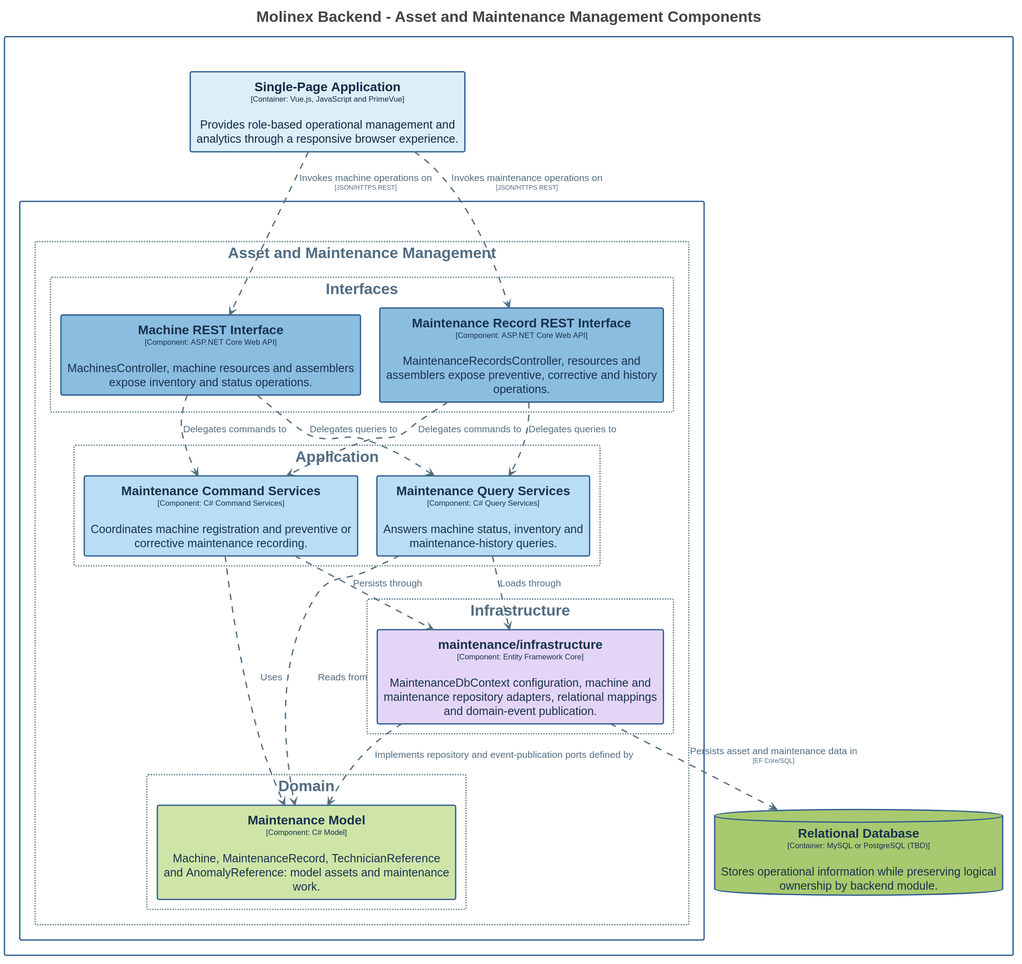
This is assets/Images Chapter 4/Domain-Driven Software Architecture/C4 Model/backend-asset-maintenance-management-component-diagram.svg from Vanguard-app-web/molinex-report-apweb, a PlantUML export, as it was before one commit.
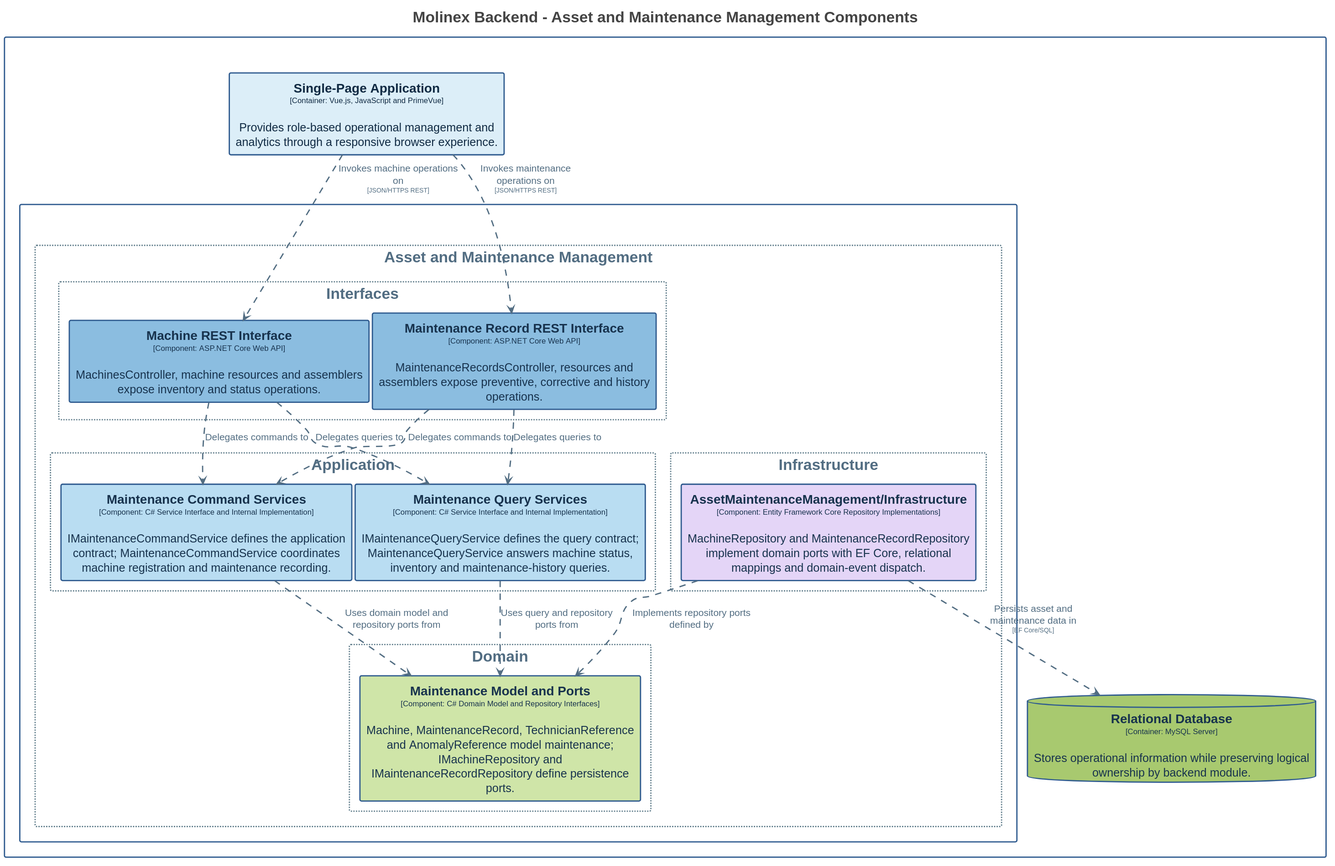
The same file after the commit.

What changed in the source:
```diff
@@ -3,8 +3,8 @@
 
 set separator none
 top to bottom direction
-skinparam ranksep 60
-skinparam nodesep 30
+skinparam ranksep 20
+skinparam nodesep 5
 hide stereotype
 
 <style>
@@ -91,6 +91,7 @@
     LineColor: #526d82;
     FontColor: #526d82;
     FontSize: 15;
+    MaximumWidth: 200;
   }
   // Molinex Platform
   .Boundary-TW9saW5leCBQbGF0Zm9ybQ== {
@@ -173,21 +174,21 @@
 
 rectangle "Molinex Platform\n<size:12>[Software System]</size>" <<Boundary-TW9saW5leCBQbGF0Zm9ybQ==>> {
   rectangle "RESTful API\n<size:12>[Container: C#, ASP.NET Core and Entity Framework Core]</size>" <<Boundary-UkVTVGZ1bCBBUEk=>> {
-    rectangle "Asset and Maintenance Management" <<Group-QXNzZXQgYW5kIE1haW50ZW5hbmNlIE1hbmFnZW1lbnQ=>> as groupQXNzZXQgYW5kIE1haW50ZW5hbmNlIE1hbmFnZW1lbnQ= {
-        rectangle "Application" <<Group-QXNzZXQgYW5kIE1haW50ZW5hbmNlIE1hbmFnZW1lbnQvQXBwbGljYXRpb24=>> as groupQXNzZXQgYW5kIE1haW50ZW5hbmNlIE1hbmFnZW1lbnQvQXBwbGljYXRpb24= {
-          rectangle "==Maintenance Command Services\n<size:12>[Component: C# Command Services]</size>\n\nCoordinates machine registration and preventive or corrective maintenance recording." <<Element-RWxlbWVudCxDb21wb25lbnQsQmFja2VuZCBBcHBsaWNhdGlvbiBMYXllcg==>> as MolinexPlatform.RESTfulAPI.MaintenanceCommandServices
-          rectangle "==Maintenance Query Services\n<size:12>[Component: C# Query Services]</size>\n\nAnswers machine status, inventory and maintenance-history queries." <<Element-RWxlbWVudCxDb21wb25lbnQsQmFja2VuZCBBcHBsaWNhdGlvbiBMYXllcg==>> as MolinexPlatform.RESTfulAPI.MaintenanceQueryServices
+    rectangle "Asset and Maintenance Management" <<Group-QXNzZXQgYW5kIE1haW50ZW5hbmNlIE1hbmFnZW1lbnQ=>> as group63 {
+        rectangle "Application" <<Group-QXNzZXQgYW5kIE1haW50ZW5hbmNlIE1hbmFnZW1lbnQvQXBwbGljYXRpb24=>> as group64 {
+          rectangle "==Maintenance Command Services\n<size:12>[Component: C# Service Interface and Internal Implementation]</size>\n\nIMaintenanceCommandService defines the application contract; MaintenanceCommandService coordinates machine registration and maintenance recording." <<Element-RWxlbWVudCxDb21wb25lbnQsQmFja2VuZCBBcHBsaWNhdGlvbiBMYXllcg==>> as MolinexPlatform.RESTfulAPI.MaintenanceCommandServices
+          rectangle "==Maintenance Query Services\n<size:12>[Component: C# Service Interface and Internal Implementation]</size>\n\nIMaintenanceQueryService defines the query contract; MaintenanceQueryService answers machine status, inventory and maintenance-history queries." <<Element-RWxlbWVudCxDb21wb25lbnQsQmFja2VuZCBBcHBsaWNhdGlvbiBMYXllcg==>> as MolinexPlatform.RESTfulAPI.MaintenanceQueryServices
         }
 
-        rectangle "Domain" <<Group-QXNzZXQgYW5kIE1haW50ZW5hbmNlIE1hbmFnZW1lbnQvRG9tYWlu>> as groupQXNzZXQgYW5kIE1haW50ZW5hbmNlIE1hbmFnZW1lbnQvRG9tYWlu {
-          rectangle "==Maintenance Model\n<size:12>[Component: C# Model]</size>\n\nMachine, MaintenanceRecord, TechnicianReference and AnomalyReference: model assets and maintenance work." <<Element-RWxlbWVudCxDb21wb25lbnQsQmFja2VuZCBEb21haW4=>> as MolinexPlatform.RESTfulAPI.MaintenanceModel
+        rectangle "Domain" <<Group-QXNzZXQgYW5kIE1haW50ZW5hbmNlIE1hbmFnZW1lbnQvRG9tYWlu>> as group65 {
+          rectangle "==Maintenance Model and Ports\n<size:12>[Component: C# Domain Model and Repository Interfaces]</size>\n\nMachine, MaintenanceRecord, TechnicianReference and AnomalyReference model maintenance; IMachineRepository and IMaintenanceRecordRepository define persistence ports." <<Element-RWxlbWVudCxDb21wb25lbnQsQmFja2VuZCBEb21haW4=>> as MolinexPlatform.RESTfulAPI.MaintenanceModelandPorts
         }
 
-        rectangle "Infrastructure" <<Group-QXNzZXQgYW5kIE1haW50ZW5hbmNlIE1hbmFnZW1lbnQvSW5mcmFzdHJ1Y3R1cmU=>> as groupQXNzZXQgYW5kIE1haW50ZW5hbmNlIE1hbmFnZW1lbnQvSW5mcmFzdHJ1Y3R1cmU= {
-          rectangle "==maintenance/infrastructure\n<size:12>[Component: Entity Framework Core]</size>\n\nMaintenanceDbContext configuration, machine and maintenance repository adapters, relational mappings and domain-event publication." <<Element-RWxlbWVudCxDb21wb25lbnQsQmFja2VuZCBJbmZyYXN0cnVjdHVyZQ==>> as MolinexPlatform.RESTfulAPI.maintenanceinfrastructure
+        rectangle "Infrastructure" <<Group-QXNzZXQgYW5kIE1haW50ZW5hbmNlIE1hbmFnZW1lbnQvSW5mcmFzdHJ1Y3R1cmU=>> as group66 {
+          rectangle "==AssetMaintenanceManagement/Infrastructure\n<size:12>[Component: Entity Framework Core Repository Implementations]</size>\n\nMachineRepository and MaintenanceRecordRepository implement domain ports with EF Core, relational mappings and domain-event dispatch." <<Element-RWxlbWVudCxDb21wb25lbnQsQmFja2VuZCBJbmZyYXN0cnVjdHVyZQ==>> as MolinexPlatform.RESTfulAPI.AssetMaintenanceManagementInfrastructure
         }
 
-        rectangle "Interfaces" <<Group-QXNzZXQgYW5kIE1haW50ZW5hbmNlIE1hbmFnZW1lbnQvSW50ZXJmYWNlcw==>> as groupQXNzZXQgYW5kIE1haW50ZW5hbmNlIE1hbmFnZW1lbnQvSW50ZXJmYWNlcw== {
+        rectangle "Interfaces" <<Group-QXNzZXQgYW5kIE1haW50ZW5hbmNlIE1hbmFnZW1lbnQvSW50ZXJmYWNlcw==>> as group67 {
           rectangle "==Machine REST Interface\n<size:12>[Component: ASP.NET Core Web API]</size>\n\nMachinesController, machine resources and assemblers expose inventory and status operations." <<Element-RWxlbWVudCxDb21wb25lbnQsQmFja2VuZCBJbnRlcmZhY2Vz>> as MolinexPlatform.RESTfulAPI.MachineRESTInterface
           rectangle "==Maintenance Record REST Interface\n<size:12>[Component: ASP.NET Core Web API]</size>\n\nMaintenanceRecordsController, resources and assemblers expose preventive, corrective and history operations." <<Element-RWxlbWVudCxDb21wb25lbnQsQmFja2VuZCBJbnRlcmZhY2Vz>> as MolinexPlatform.RESTfulAPI.MaintenanceRecordRESTInterface
         }
@@ -197,7 +198,7 @@
   }
 
   rectangle "==Single-Page Application\n<size:12>[Container: Vue.js, JavaScript and PrimeVue]</size>\n\nProvides role-based operational management and analytics through a responsive browser experience." <<Element-RWxlbWVudCxDb250YWluZXIsU1BB>> as MolinexPlatform.SinglePageApplication
-  database "==Relational Database\n<size:12>[Container: MySQL or PostgreSQL (TBD)]</size>\n\nStores operational information while preserving logical ownership by backend module." <<Element-RWxlbWVudCxDb250YWluZXIsRGF0YWJhc2U=>> as MolinexPlatform.RelationalDatabase
+  database "==Relational Database\n<size:12>[Container: MySQL Server]</size>\n\nStores operational information while preserving logical ownership by backend module." <<Element-RWxlbWVudCxDb250YWluZXIsRGF0YWJhc2U=>> as MolinexPlatform.RelationalDatabase
 }
 
 MolinexPlatform.SinglePageApplication --> MolinexPlatform.RESTfulAPI.MachineRESTInterface <<Relationship-UmVsYXRpb25zaGlw>> : "Invokes machine operations on\n<size:10>[JSON/HTTPS REST]</size>"
@@ -206,10 +207,8 @@
 MolinexPlatform.RESTfulAPI.MachineRESTInterface --> MolinexPlatform.RESTfulAPI.MaintenanceQueryServices <<Relationship-UmVsYXRpb25zaGlw>> : "Delegates queries to"
 MolinexPlatform.RESTfulAPI.MaintenanceRecordRESTInterface --> MolinexPlatform.RESTfulAPI.MaintenanceCommandServices <<Relationship-UmVsYXRpb25zaGlw>> : "Delegates commands to"
 MolinexPlatform.RESTfulAPI.MaintenanceRecordRESTInterface --> MolinexPlatform.RESTfulAPI.MaintenanceQueryServices <<Relationship-UmVsYXRpb25zaGlw>> : "Delegates queries to"
-MolinexPlatform.RESTfulAPI.MaintenanceCommandServices --> MolinexPlatform.RESTfulAPI.MaintenanceModel <<Relationship-UmVsYXRpb25zaGlw>> : "Uses"
-MolinexPlatform.RESTfulAPI.MaintenanceQueryServices --> MolinexPlatform.RESTfulAPI.MaintenanceModel <<Relationship-UmVsYXRpb25zaGlw>> : "Reads from"
-MolinexPlatform.RESTfulAPI.MaintenanceCommandServices --> MolinexPlatform.RESTfulAPI.maintenanceinfrastructure <<Relationship-UmVsYXRpb25zaGlw>> : "Persists through"
-MolinexPlatform.RESTfulAPI.MaintenanceQueryServices --> MolinexPlatform.RESTfulAPI.maintenanceinfrastructure <<Relationship-UmVsYXRpb25zaGlw>> : "Loads through"
-MolinexPlatform.RESTfulAPI.maintenanceinfrastructure --> MolinexPlatform.RESTfulAPI.MaintenanceModel <<Relationship-UmVsYXRpb25zaGlw>> : "Implements repository and event-publication ports defined by"
-MolinexPlatform.RESTfulAPI.maintenanceinfrastructure --> MolinexPlatform.RelationalDatabase <<Relationship-UmVsYXRpb25zaGlw>> : "Persists asset and maintenance data in\n<size:10>[EF Core/SQL]</size>"
+MolinexPlatform.RESTfulAPI.MaintenanceCommandServices --> MolinexPlatform.RESTfulAPI.MaintenanceModelandPorts <<Relationship-UmVsYXRpb25zaGlw>> : "Uses domain model and repository ports from"
+MolinexPlatform.RESTfulAPI.MaintenanceQueryServices --> MolinexPlatform.RESTfulAPI.MaintenanceModelandPorts <<Relationship-UmVsYXRpb25zaGlw>> : "Uses query and repository ports from"
+MolinexPlatform.RESTfulAPI.AssetMaintenanceManagementInfrastructure --> MolinexPlatform.RESTfulAPI.MaintenanceModelandPorts <<Relationship-UmVsYXRpb25zaGlw>> : "Implements repository ports defined by"
+MolinexPlatform.RESTfulAPI.AssetMaintenanceManagementInfrastructure --> MolinexPlatform.RelationalDatabase <<Relationship-UmVsYXRpb25zaGlw>> : "Persists asset and maintenance data in\n<size:10>[EF Core/SQL]</size>"
 @enduml
```
